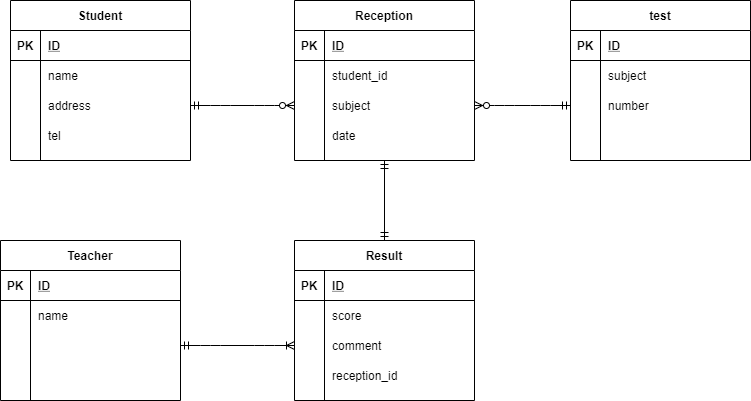
Above: index.drawio.png in takuyaone/db (draw.io), before the change. Source tidied: cells renumbered, new cells last; positions are measured from the earlier drawing's top-left corner, leaving out a move shared by most shapes.
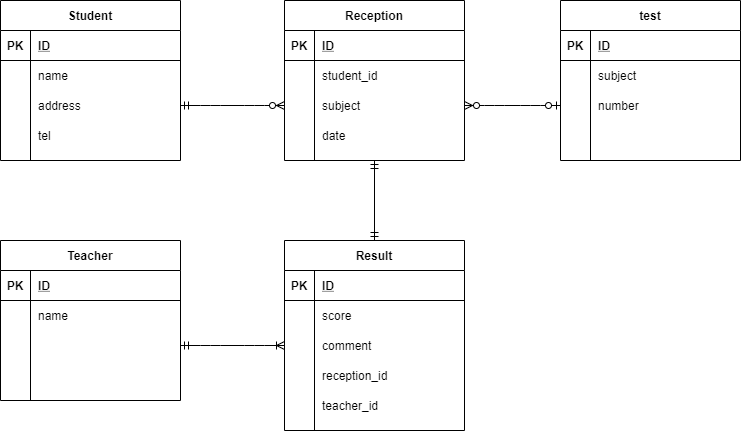
The same diagram one commit later.

The edit, as a diff of the source:
```diff
@@ -120,7 +120,7 @@
       <mxGeometry x="30" width="150" height="30" as="geometry" />
     </mxCell>
     <mxCell id="41" value="Teacher" style="shape=table;startSize=30;rowLines=0;fontStyle=1;align=center;" parent="1" vertex="1">
-      <mxGeometry y="240" width="180" height="160" as="geometry" />
+      <mxGeometry x="10" y="240" width="180" height="160" as="geometry" />
     </mxCell>
     <mxCell id="42" style="shape=partialRectangle;fillColor=none;top=0;left=0;bottom=1;right=0;" parent="41" vertex="1">
       <mxGeometry y="30" width="180" height="30" as="geometry" />
@@ -159,7 +159,7 @@
       <mxGeometry x="30" width="150" height="30" as="geometry" />
     </mxCell>
     <mxCell id="54" value="Result" style="shape=table;startSize=30;rowLines=0;fontStyle=1;align=center;" parent="1" vertex="1">
-      <mxGeometry x="294" y="240" width="180" height="160" as="geometry" />
+      <mxGeometry x="294" y="240" width="180" height="190" as="geometry" />
     </mxCell>
     <mxCell id="55" style="shape=partialRectangle;fillColor=none;top=0;left=0;bottom=1;right=0;" parent="54" vertex="1">
       <mxGeometry y="30" width="180" height="30" as="geometry" />
@@ -197,17 +197,26 @@
     <mxCell id="66" value="reception_id" style="shape=partialRectangle;fillColor=none;top=0;left=0;bottom=0;right=0;align=left;spacingLeft=6;overflow=hidden;" parent="64" vertex="1">
       <mxGeometry x="30" width="150" height="30" as="geometry" />
     </mxCell>
+    <mxCell id="71" style="shape=partialRectangle;fillColor=none;top=0;left=0;bottom=0;right=0;" parent="54" vertex="1">
+      <mxGeometry y="150" width="180" height="30" as="geometry" />
+    </mxCell>
+    <mxCell id="72" style="shape=partialRectangle;fillColor=none;top=0;left=0;bottom=0;right=0;overflow=hidden;" parent="71" vertex="1">
+      <mxGeometry width="30" height="30" as="geometry" />
+    </mxCell>
+    <mxCell id="73" value="teacher_id" style="shape=partialRectangle;fillColor=none;top=0;left=0;bottom=0;right=0;align=left;spacingLeft=6;overflow=hidden;" parent="71" vertex="1">
+      <mxGeometry x="30" width="150" height="30" as="geometry" />
+    </mxCell>
     <mxCell id="67" style="edgeStyle=entityRelationEdgeStyle;fontSize=12;html=1;endArrow=ERzeroToMany;startArrow=ERmandOne;entryX=0;entryY=0.5;entryDx=0;entryDy=0;exitX=1;exitY=0.5;exitDx=0;exitDy=0;" parent="1" edge="1" source="9" target="22">
       <mxGeometry relative="1" as="geometry" />
     </mxCell>
     <mxCell id="68" style="edgeStyle=entityRelationEdgeStyle;fontSize=12;html=1;endArrow=ERoneToMany;startArrow=ERmandOne;entryX=0;entryY=0.5;entryDx=0;entryDy=0;exitX=1;exitY=0.5;exitDx=0;exitDy=0;" parent="1" edge="1" source="48" target="61">
       <mxGeometry relative="1" as="geometry" />
     </mxCell>
+    <mxCell id="70" style="fontSize=12;html=1;endArrow=ERmandOne;startArrow=ERmandOne;exitX=0.5;exitY=0;exitDx=0;exitDy=0;entryX=0.5;entryY=1;entryDx=0;entryDy=0;" parent="1" edge="1" source="54" target="15">
+      <mxGeometry relative="1" as="geometry" />
+    </mxCell>
-    <mxCell id="69" style="edgeStyle=entityRelationEdgeStyle;fontSize=12;html=1;endArrow=ERzeroToMany;startArrow=ERmandOne;exitX=0;exitY=0.5;exitDx=0;exitDy=0;entryX=1;entryY=0.5;entryDx=0;entryDy=0;" parent="1" edge="1" source="35" target="22">
+    <mxCell id="69" style="edgeStyle=entityRelationEdgeStyle;fontSize=12;html=1;endArrow=ERzeroToMany;startArrow=ERzeroToOne;entryX=1;entryY=0.5;entryDx=0;entryDy=0;exitX=0;exitY=0.5;exitDx=0;exitDy=0;" parent="1" edge="1" source="35" target="22">
       <mxGeometry relative="1" as="geometry" />
     </mxCell>
-    <mxCell id="70" style="fontSize=12;html=1;endArrow=ERmandOne;startArrow=ERmandOne;exitX=0.5;exitY=0;exitDx=0;exitDy=0;entryX=0.5;entryY=1;entryDx=0;entryDy=0;" parent="1" edge="1" source="54" target="15">
-      <mxGeometry relative="1" as="geometry" />
-    </mxCell>
   </root>
 </mxGraphModel>
```
